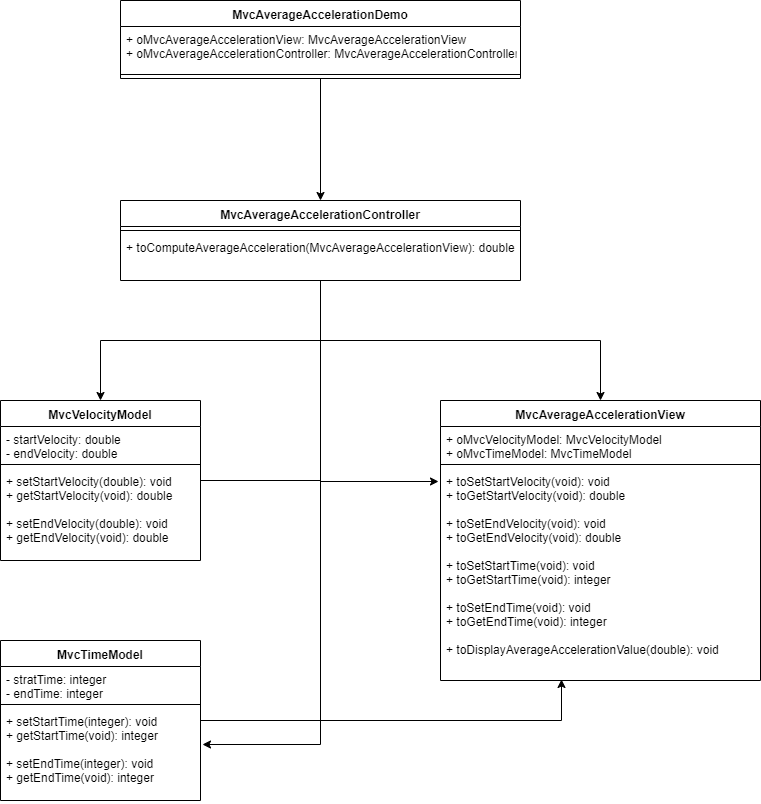
learning-prog/JavaMVC keeps this draw.io diagram as AverageAcceleration/uml-diagram-average-acceleration.png. Above is the earlier version. Source tidied: cells renumbered, new cells last; positions are measured from the earlier drawing's top-left corner, leaving out a move shared by most shapes. The source it was exported from:
```xml
<mxGraphModel>
  <root>
    <mxCell id="0" />
    <mxCell id="1" parent="0" />
    <mxCell id="2" style="edgeStyle=orthogonalEdgeStyle;rounded=0;jettySize=auto;html=1;entryX=0.5;entryY=0;entryDx=0;entryDy=0;" parent="1" edge="1" source="5" target="9">
      <mxGeometry relative="1" as="geometry" />
    </mxCell>
    <mxCell id="3" style="edgeStyle=orthogonalEdgeStyle;rounded=0;jettySize=auto;html=1;entryX=1.01;entryY=0.391;entryDx=0;entryDy=0;entryPerimeter=0;" parent="1" edge="1" source="5" target="21">
      <mxGeometry relative="1" as="geometry" />
    </mxCell>
    <mxCell id="4" style="edgeStyle=orthogonalEdgeStyle;rounded=0;jettySize=auto;html=1;entryX=0.5;entryY=0;entryDx=0;entryDy=0;" parent="1" edge="1" source="5" target="13">
      <mxGeometry relative="1" as="geometry" />
    </mxCell>
    <mxCell id="5" value="MvcAverageAccelerationController" style="swimlane;fontStyle=1;align=center;verticalAlign=top;horizontal=1;startSize=26;" parent="1" vertex="1">
      <mxGeometry x="120" y="200" width="400" height="80" as="geometry" />
    </mxCell>
    <mxCell id="6" style="line;strokeWidth=1;fillColor=none;align=left;verticalAlign=middle;spacingTop=-1;spacingLeft=3;spacingRight=3;labelPosition=right;" parent="5" vertex="1">
      <mxGeometry y="26" width="400" height="8" as="geometry" />
    </mxCell>
    <mxCell id="7" value="+ toComputeAverageAcceleration(MvcAverageAccelerationView): double" style="text;strokeColor=none;fillColor=none;align=left;verticalAlign=top;spacingLeft=4;spacingRight=4;overflow=hidden;" parent="5" vertex="1">
      <mxGeometry y="34" width="400" height="46" as="geometry" />
    </mxCell>
    <mxCell id="8" style="edgeStyle=orthogonalEdgeStyle;rounded=0;jettySize=auto;html=1;entryX=-0.006;entryY=0.061;entryDx=0;entryDy=0;entryPerimeter=0;" parent="1" edge="1" source="9" target="16">
      <mxGeometry relative="1" as="geometry" />
    </mxCell>
    <mxCell id="9" value="MvcVelocityModel" style="swimlane;fontStyle=1;align=center;verticalAlign=top;horizontal=1;startSize=26;" parent="1" vertex="1">
      <mxGeometry y="400" width="200" height="160" as="geometry" />
    </mxCell>
    <mxCell id="10" value="- startVelocity: double&#10;- endVelocity: double" style="text;strokeColor=none;fillColor=none;align=left;verticalAlign=top;spacingLeft=4;spacingRight=4;overflow=hidden;" parent="9" vertex="1">
      <mxGeometry y="26" width="200" height="34" as="geometry" />
    </mxCell>
    <mxCell id="11" style="line;strokeWidth=1;fillColor=none;align=left;verticalAlign=middle;spacingTop=-1;spacingLeft=3;spacingRight=3;labelPosition=right;" parent="9" vertex="1">
      <mxGeometry y="60" width="200" height="8" as="geometry" />
    </mxCell>
    <mxCell id="12" value="+ setStartVelocity(double): void&#10;+ getStartVelocity(void): double&#10;&#10;+ setEndVelocity(double): void&#10;+ getEndVelocity(void): double" style="text;strokeColor=none;fillColor=none;align=left;verticalAlign=top;spacingLeft=4;spacingRight=4;overflow=hidden;" parent="9" vertex="1">
      <mxGeometry y="68" width="200" height="92" as="geometry" />
    </mxCell>
    <mxCell id="13" value="MvcAverageAccelerationView" style="swimlane;fontStyle=1;align=center;verticalAlign=top;horizontal=1;startSize=26;" parent="1" vertex="1">
      <mxGeometry x="440" y="400" width="320" height="280" as="geometry" />
    </mxCell>
    <mxCell id="14" value="+ oMvcVelocityModel: MvcVelocityModel&#10;+ oMvcTimeModel: MvcTimeModel" style="text;strokeColor=none;fillColor=none;align=left;verticalAlign=top;spacingLeft=4;spacingRight=4;overflow=hidden;" parent="13" vertex="1">
      <mxGeometry y="26" width="320" height="34" as="geometry" />
    </mxCell>
    <mxCell id="15" style="line;strokeWidth=1;fillColor=none;align=left;verticalAlign=middle;spacingTop=-1;spacingLeft=3;spacingRight=3;labelPosition=right;" parent="13" vertex="1">
      <mxGeometry y="60" width="320" height="8" as="geometry" />
    </mxCell>
    <mxCell id="16" value="+ toSetStartVelocity(void): void&#10;+ toGetStartVelocity(void): double&#10;&#10;+ toSetEndVelocity(void): void&#10;+ toGetEndVelocity(void): double&#10;&#10;+ toSetStartTime(void): void&#10;+ toGetStartTime(void): integer&#10;&#10;+ toSetEndTime(void): void&#10;+ toGetEndTime(void): integer&#10;&#10;+ toDisplayAverageAccelerationValue(double): void" style="text;strokeColor=none;fillColor=none;align=left;verticalAlign=top;spacingLeft=4;spacingRight=4;overflow=hidden;points=[[0,0.5],[1,0.5]];portConstraint=eastwest;" parent="13" vertex="1">
      <mxGeometry y="68" width="320" height="212" as="geometry" />
    </mxCell>
    <mxCell id="17" style="edgeStyle=orthogonalEdgeStyle;rounded=0;jettySize=auto;html=1;entryX=0.378;entryY=0.995;entryDx=0;entryDy=0;entryPerimeter=0;" parent="1" edge="1" source="18" target="16">
      <mxGeometry relative="1" as="geometry" />
    </mxCell>
    <mxCell id="18" value="MvcTimeModel" style="swimlane;fontStyle=1;align=center;verticalAlign=top;horizontal=1;startSize=26;" parent="1" vertex="1">
      <mxGeometry y="640" width="200" height="160" as="geometry" />
    </mxCell>
    <mxCell id="19" value="- stratTime: integer&#10;- endTime: integer" style="text;strokeColor=none;fillColor=none;align=left;verticalAlign=top;spacingLeft=4;spacingRight=4;overflow=hidden;" parent="18" vertex="1">
      <mxGeometry y="26" width="200" height="34" as="geometry" />
    </mxCell>
    <mxCell id="20" style="line;strokeWidth=1;fillColor=none;align=left;verticalAlign=middle;spacingTop=-1;spacingLeft=3;spacingRight=3;labelPosition=right;" parent="18" vertex="1">
      <mxGeometry y="60" width="200" height="8" as="geometry" />
    </mxCell>
    <mxCell id="21" value="+ setStartTime(integer): void&#10;+ getStartTime(void): integer&#10;&#10;+ setEndTime(integer): void&#10;+ getEndTime(void): integer" style="text;strokeColor=none;fillColor=none;align=left;verticalAlign=top;spacingLeft=4;spacingRight=4;overflow=hidden;points=[[0,0.5],[1,0.5]];portConstraint=eastwest;" parent="18" vertex="1">
      <mxGeometry y="68" width="200" height="92" as="geometry" />
    </mxCell>
    <mxCell id="22" style="edgeStyle=orthogonalEdgeStyle;rounded=0;jettySize=auto;html=1;entryX=0.5;entryY=0;entryDx=0;entryDy=0;" parent="1" edge="1" source="23" target="5">
      <mxGeometry relative="1" as="geometry" />
    </mxCell>
    <mxCell id="23" value="MvcAverageAccelerationDemo" style="swimlane;fontStyle=1;align=center;verticalAlign=top;horizontal=1;startSize=26;" parent="1" vertex="1">
      <mxGeometry x="120" width="400" height="78" as="geometry" />
    </mxCell>
    <mxCell id="24" value="+ oMvcAverageAccelerationView: MvcAverageAccelerationView&#10;+ oMvcAverageAccelerationController: MvcAverageAccelerationController" style="text;strokeColor=none;fillColor=none;align=left;verticalAlign=top;spacingLeft=4;spacingRight=4;overflow=hidden;" parent="23" vertex="1">
      <mxGeometry y="26" width="400" height="44" as="geometry" />
    </mxCell>
    <mxCell id="25" style="line;strokeWidth=1;fillColor=none;align=left;verticalAlign=middle;spacingTop=-1;spacingLeft=3;spacingRight=3;labelPosition=right;" parent="23" vertex="1">
      <mxGeometry y="70" width="400" height="8" as="geometry" />
    </mxCell>
  </root>
</mxGraphModel>
```
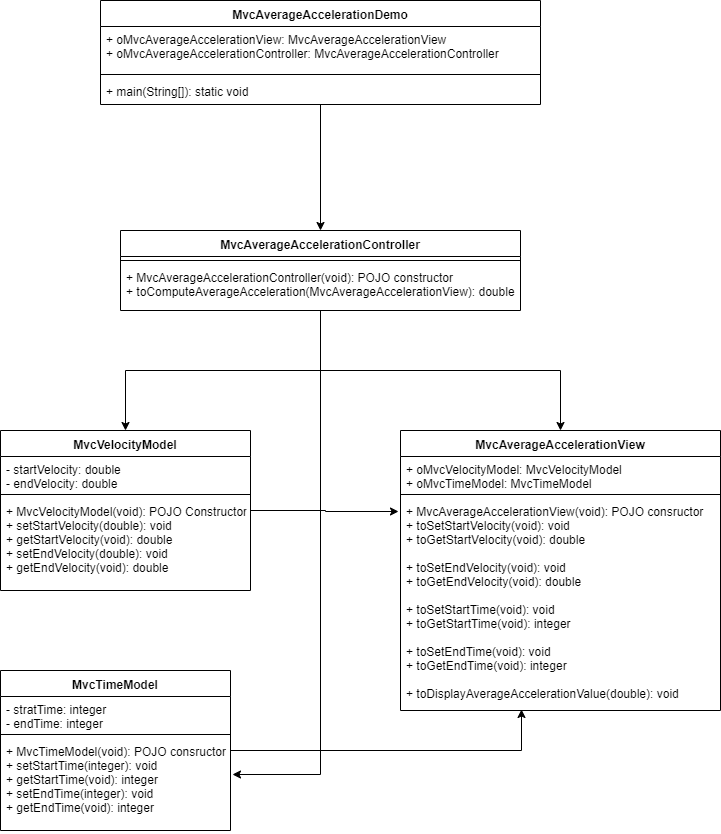
Above is the later version.

Commit message:
updated with POJO constructor implementation

Change to the diagram source:
```diff
@@ -17,26 +17,26 @@
     <mxCell id="6" style="line;strokeWidth=1;fillColor=none;align=left;verticalAlign=middle;spacingTop=-1;spacingLeft=3;spacingRight=3;labelPosition=right;" parent="5" vertex="1">
       <mxGeometry y="26" width="400" height="8" as="geometry" />
     </mxCell>
-    <mxCell id="7" value="+ toComputeAverageAcceleration(MvcAverageAccelerationView): double" style="text;strokeColor=none;fillColor=none;align=left;verticalAlign=top;spacingLeft=4;spacingRight=4;overflow=hidden;" parent="5" vertex="1">
+    <mxCell id="7" value="+ MvcAverageAccelerationController(void): POJO constructor&#10;+ toComputeAverageAcceleration(MvcAverageAccelerationView): double" style="text;strokeColor=none;fillColor=none;align=left;verticalAlign=top;spacingLeft=4;spacingRight=4;overflow=hidden;" parent="5" vertex="1">
       <mxGeometry y="34" width="400" height="46" as="geometry" />
     </mxCell>
     <mxCell id="8" style="edgeStyle=orthogonalEdgeStyle;rounded=0;jettySize=auto;html=1;entryX=-0.006;entryY=0.061;entryDx=0;entryDy=0;entryPerimeter=0;" parent="1" edge="1" source="9" target="16">
       <mxGeometry relative="1" as="geometry" />
     </mxCell>
     <mxCell id="9" value="MvcVelocityModel" style="swimlane;fontStyle=1;align=center;verticalAlign=top;horizontal=1;startSize=26;" parent="1" vertex="1">
-      <mxGeometry y="400" width="200" height="160" as="geometry" />
+      <mxGeometry y="400" width="250" height="160" as="geometry" />
     </mxCell>
     <mxCell id="10" value="- startVelocity: double&#10;- endVelocity: double" style="text;strokeColor=none;fillColor=none;align=left;verticalAlign=top;spacingLeft=4;spacingRight=4;overflow=hidden;" parent="9" vertex="1">
-      <mxGeometry y="26" width="200" height="34" as="geometry" />
+      <mxGeometry y="26" width="250" height="34" as="geometry" />
     </mxCell>
     <mxCell id="11" style="line;strokeWidth=1;fillColor=none;align=left;verticalAlign=middle;spacingTop=-1;spacingLeft=3;spacingRight=3;labelPosition=right;" parent="9" vertex="1">
-      <mxGeometry y="60" width="200" height="8" as="geometry" />
+      <mxGeometry y="60" width="250" height="8" as="geometry" />
     </mxCell>
-    <mxCell id="12" value="+ setStartVelocity(double): void&#10;+ getStartVelocity(void): double&#10;&#10;+ setEndVelocity(double): void&#10;+ getEndVelocity(void): double" style="text;strokeColor=none;fillColor=none;align=left;verticalAlign=top;spacingLeft=4;spacingRight=4;overflow=hidden;" parent="9" vertex="1">
-      <mxGeometry y="68" width="200" height="92" as="geometry" />
+    <mxCell id="12" value="+ MvcVelocityModel(void): POJO Constructor&#10;+ setStartVelocity(double): void&#10;+ getStartVelocity(void): double&#10;+ setEndVelocity(double): void&#10;+ getEndVelocity(void): double" style="text;strokeColor=none;fillColor=none;align=left;verticalAlign=top;spacingLeft=4;spacingRight=4;overflow=hidden;" parent="9" vertex="1">
+      <mxGeometry y="68" width="250" height="92" as="geometry" />
     </mxCell>
     <mxCell id="13" value="MvcAverageAccelerationView" style="swimlane;fontStyle=1;align=center;verticalAlign=top;horizontal=1;startSize=26;" parent="1" vertex="1">
-      <mxGeometry x="440" y="400" width="320" height="280" as="geometry" />
+      <mxGeometry x="400" y="400" width="320" height="280" as="geometry" />
     </mxCell>
     <mxCell id="14" value="+ oMvcVelocityModel: MvcVelocityModel&#10;+ oMvcTimeModel: MvcTimeModel" style="text;strokeColor=none;fillColor=none;align=left;verticalAlign=top;spacingLeft=4;spacingRight=4;overflow=hidden;" parent="13" vertex="1">
       <mxGeometry y="26" width="320" height="34" as="geometry" />
@@ -44,35 +44,38 @@
     <mxCell id="15" style="line;strokeWidth=1;fillColor=none;align=left;verticalAlign=middle;spacingTop=-1;spacingLeft=3;spacingRight=3;labelPosition=right;" parent="13" vertex="1">
       <mxGeometry y="60" width="320" height="8" as="geometry" />
     </mxCell>
-    <mxCell id="16" value="+ toSetStartVelocity(void): void&#10;+ toGetStartVelocity(void): double&#10;&#10;+ toSetEndVelocity(void): void&#10;+ toGetEndVelocity(void): double&#10;&#10;+ toSetStartTime(void): void&#10;+ toGetStartTime(void): integer&#10;&#10;+ toSetEndTime(void): void&#10;+ toGetEndTime(void): integer&#10;&#10;+ toDisplayAverageAccelerationValue(double): void" style="text;strokeColor=none;fillColor=none;align=left;verticalAlign=top;spacingLeft=4;spacingRight=4;overflow=hidden;points=[[0,0.5],[1,0.5]];portConstraint=eastwest;" parent="13" vertex="1">
+    <mxCell id="16" value="+ MvcAverageAccelerationView(void): POJO consructor&#10;+ toSetStartVelocity(void): void&#10;+ toGetStartVelocity(void): double&#10;&#10;+ toSetEndVelocity(void): void&#10;+ toGetEndVelocity(void): double&#10;&#10;+ toSetStartTime(void): void&#10;+ toGetStartTime(void): integer&#10;&#10;+ toSetEndTime(void): void&#10;+ toGetEndTime(void): integer&#10;&#10;+ toDisplayAverageAccelerationValue(double): void" style="text;strokeColor=none;fillColor=none;align=left;verticalAlign=top;spacingLeft=4;spacingRight=4;overflow=hidden;points=[[0,0.5],[1,0.5]];portConstraint=eastwest;" parent="13" vertex="1">
       <mxGeometry y="68" width="320" height="212" as="geometry" />
     </mxCell>
     <mxCell id="17" style="edgeStyle=orthogonalEdgeStyle;rounded=0;jettySize=auto;html=1;entryX=0.378;entryY=0.995;entryDx=0;entryDy=0;entryPerimeter=0;" parent="1" edge="1" source="18" target="16">
       <mxGeometry relative="1" as="geometry" />
     </mxCell>
     <mxCell id="18" value="MvcTimeModel" style="swimlane;fontStyle=1;align=center;verticalAlign=top;horizontal=1;startSize=26;" parent="1" vertex="1">
-      <mxGeometry y="640" width="200" height="160" as="geometry" />
+      <mxGeometry y="640" width="230" height="160" as="geometry" />
     </mxCell>
     <mxCell id="19" value="- stratTime: integer&#10;- endTime: integer" style="text;strokeColor=none;fillColor=none;align=left;verticalAlign=top;spacingLeft=4;spacingRight=4;overflow=hidden;" parent="18" vertex="1">
-      <mxGeometry y="26" width="200" height="34" as="geometry" />
+      <mxGeometry y="26" width="230" height="34" as="geometry" />
     </mxCell>
     <mxCell id="20" style="line;strokeWidth=1;fillColor=none;align=left;verticalAlign=middle;spacingTop=-1;spacingLeft=3;spacingRight=3;labelPosition=right;" parent="18" vertex="1">
-      <mxGeometry y="60" width="200" height="8" as="geometry" />
+      <mxGeometry y="60" width="230" height="8" as="geometry" />
     </mxCell>
-    <mxCell id="21" value="+ setStartTime(integer): void&#10;+ getStartTime(void): integer&#10;&#10;+ setEndTime(integer): void&#10;+ getEndTime(void): integer" style="text;strokeColor=none;fillColor=none;align=left;verticalAlign=top;spacingLeft=4;spacingRight=4;overflow=hidden;points=[[0,0.5],[1,0.5]];portConstraint=eastwest;" parent="18" vertex="1">
-      <mxGeometry y="68" width="200" height="92" as="geometry" />
+    <mxCell id="21" value="+ MvcTimeModel(void): POJO consructor&#10;+ setStartTime(integer): void&#10;+ getStartTime(void): integer&#10;+ setEndTime(integer): void&#10;+ getEndTime(void): integer" style="text;strokeColor=none;fillColor=none;align=left;verticalAlign=top;spacingLeft=4;spacingRight=4;overflow=hidden;points=[[0,0.5],[1,0.5]];portConstraint=eastwest;" parent="18" vertex="1">
+      <mxGeometry y="68" width="230" height="92" as="geometry" />
     </mxCell>
-    <mxCell id="22" style="edgeStyle=orthogonalEdgeStyle;rounded=0;jettySize=auto;html=1;entryX=0.5;entryY=0;entryDx=0;entryDy=0;" parent="1" edge="1" source="23" target="5">
+    <mxCell id="22" style="edgeStyle=orthogonalEdgeStyle;rounded=0;jettySize=auto;html=1;entryX=0.5;entryY=0;entryDx=0;entryDy=0;exitX=0.5;exitY=1;exitDx=0;exitDy=0;exitPerimeter=0;" parent="1" edge="1" source="27" target="5">
       <mxGeometry relative="1" as="geometry" />
     </mxCell>
     <mxCell id="23" value="MvcAverageAccelerationDemo" style="swimlane;fontStyle=1;align=center;verticalAlign=top;horizontal=1;startSize=26;" parent="1" vertex="1">
-      <mxGeometry x="120" width="400" height="78" as="geometry" />
+      <mxGeometry x="100" y="-30" width="440" height="104" as="geometry" />
     </mxCell>
     <mxCell id="24" value="+ oMvcAverageAccelerationView: MvcAverageAccelerationView&#10;+ oMvcAverageAccelerationController: MvcAverageAccelerationController" style="text;strokeColor=none;fillColor=none;align=left;verticalAlign=top;spacingLeft=4;spacingRight=4;overflow=hidden;" parent="23" vertex="1">
-      <mxGeometry y="26" width="400" height="44" as="geometry" />
+      <mxGeometry y="26" width="440" height="44" as="geometry" />
     </mxCell>
-    <mxCell id="25" style="line;strokeWidth=1;fillColor=none;align=left;verticalAlign=middle;spacingTop=-1;spacingLeft=3;spacingRight=3;labelPosition=right;" parent="23" vertex="1">
-      <mxGeometry y="70" width="400" height="8" as="geometry" />
-    </mxCell>
+    <mxCell id="26" style="line;strokeWidth=1;fillColor=none;align=left;verticalAlign=middle;spacingTop=-1;spacingLeft=3;spacingRight=3;labelPosition=right;" parent="23" vertex="1">
+      <mxGeometry y="70" width="440" height="8" as="geometry" />
+    </mxCell>
+    <mxCell id="27" value="+ main(String[]): static void" style="text;strokeColor=none;fillColor=none;align=left;verticalAlign=top;spacingLeft=4;spacingRight=4;overflow=hidden;points=[[0,0.5],[1,0.5]];portConstraint=eastwest;" parent="23" vertex="1">
+      <mxGeometry y="78" width="440" height="26" as="geometry" />
+    </mxCell>
   </root>
 </mxGraphModel>
```
